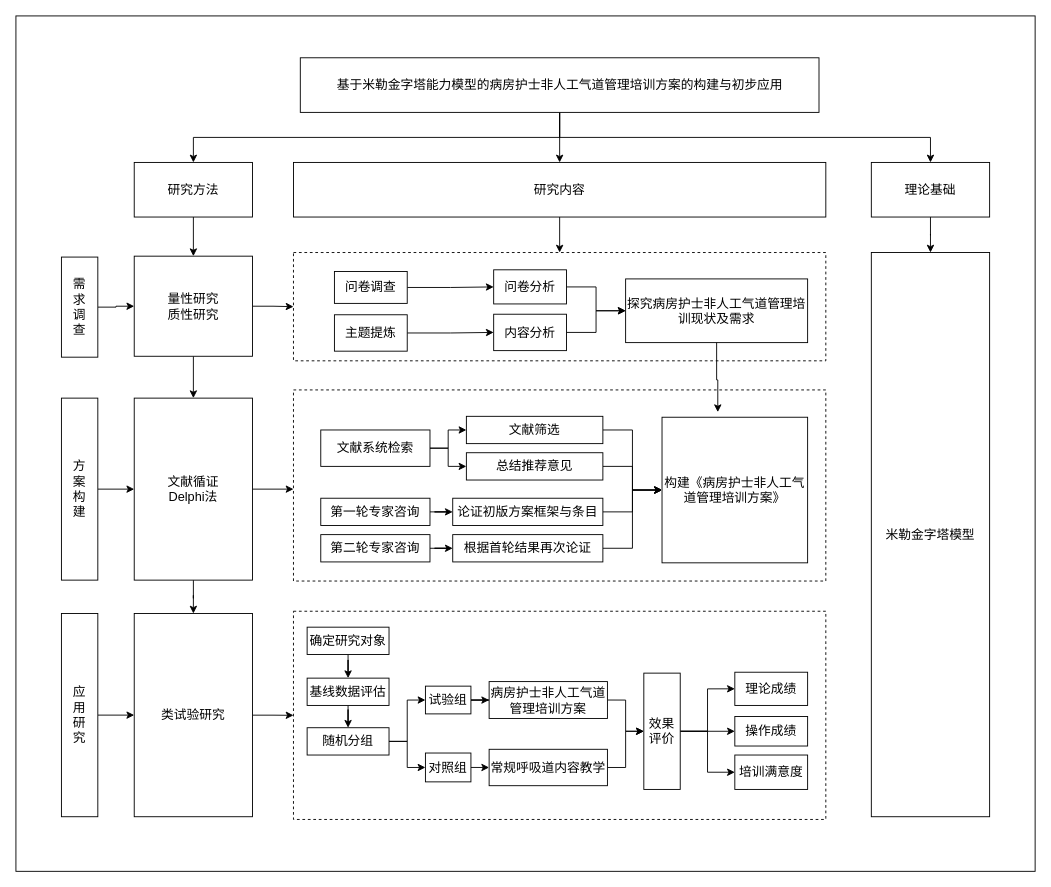
Earlier version of the draw.io diagram page "第 8 页" (8 of 8) of t1.drawio (p1o2p3u1/draw_io_diagram). Source tidied: cells renumbered, new cells numbered last; positions are measured from the earlier drawing's top-left corner, leaving out a move shared by most shapes. Both pictures are drawn from the tidied source at 91%, with x=0, y=0 at pixel (15, 15).
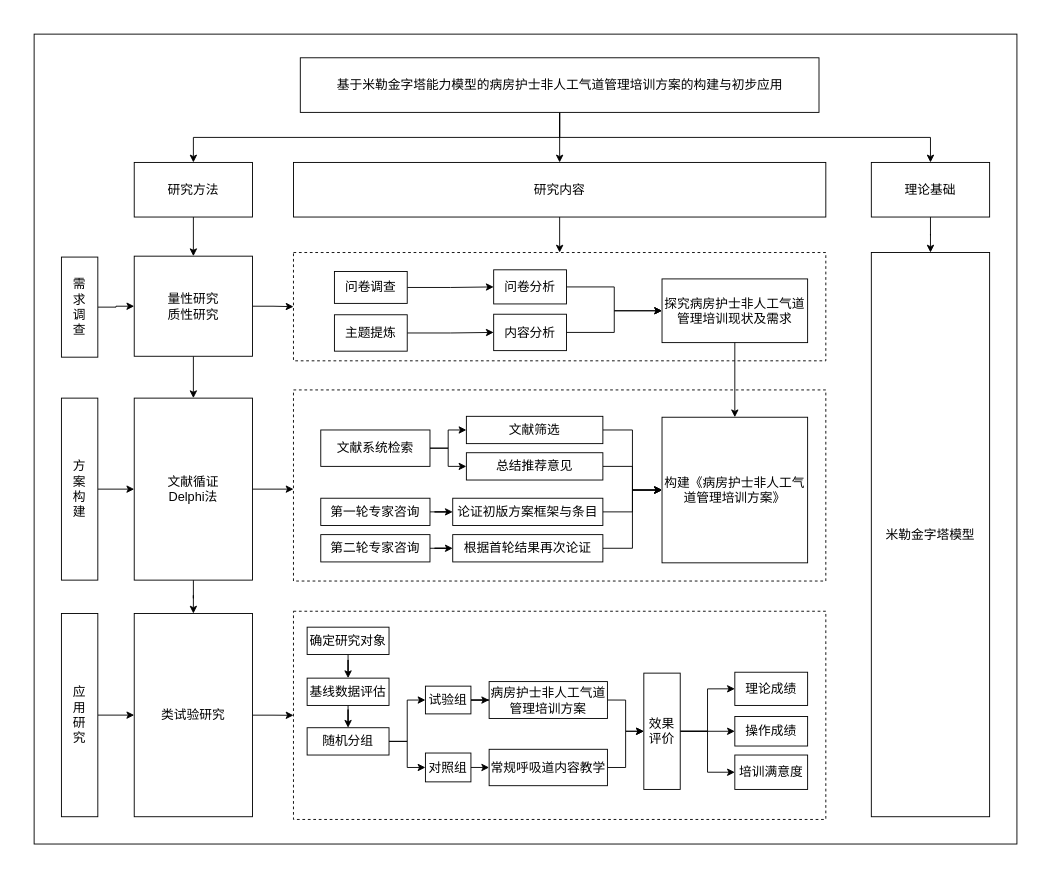
The same page after the edit.

Unchanged cells that the change refers to:
```xml
<mxCell id="76" value="构建《病房护士非人工气道管理培训方案》" style="rounded=0;whiteSpace=wrap;html=1;fontSize=14;fontStyle=0;" parent="1" vertex="1">
  <mxGeometry x="710" y="441" width="160" height="160" as="geometry" />
</mxCell>
```

The edit, as a diff of the source:
```diff
@@
     <mxCell id="2" style="rounded=0;whiteSpace=wrap;html=1;fontStyle=0;fontSize=14;" parent="1" vertex="1">
-      <mxGeometry width="1120" height="940" as="geometry" />
+      <mxGeometry x="20" y="20" width="1080" height="890" as="geometry" />
     </mxCell>
@@
     <mxCell id="73" value="探究病房护士非人工气道管理培训现状及需求" style="rounded=0;whiteSpace=wrap;html=1;fontSize=14;fontStyle=0;" parent="1" vertex="1">
-      <mxGeometry x="670" y="289" width="200" height="70" as="geometry" />
+      <mxGeometry x="710" y="289" width="160" height="70" as="geometry" />
     </mxCell>
@@
-    <mxCell id="78" style="edgeStyle=orthogonalEdgeStyle;rounded=0;jettySize=auto;html=1;entryX=0.383;entryY=-0.035;entryDx=0;entryDy=0;entryPerimeter=0;fontSize=14;fontStyle=0;" parent="1" edge="1" source="73" target="76">
+    <mxCell id="78" style="edgeStyle=orthogonalEdgeStyle;rounded=0;jettySize=auto;html=1;fontSize=14;fontStyle=0;" parent="1" edge="1" source="73" target="76">
       <mxGeometry relative="1" as="geometry" />
     </mxCell>
```
